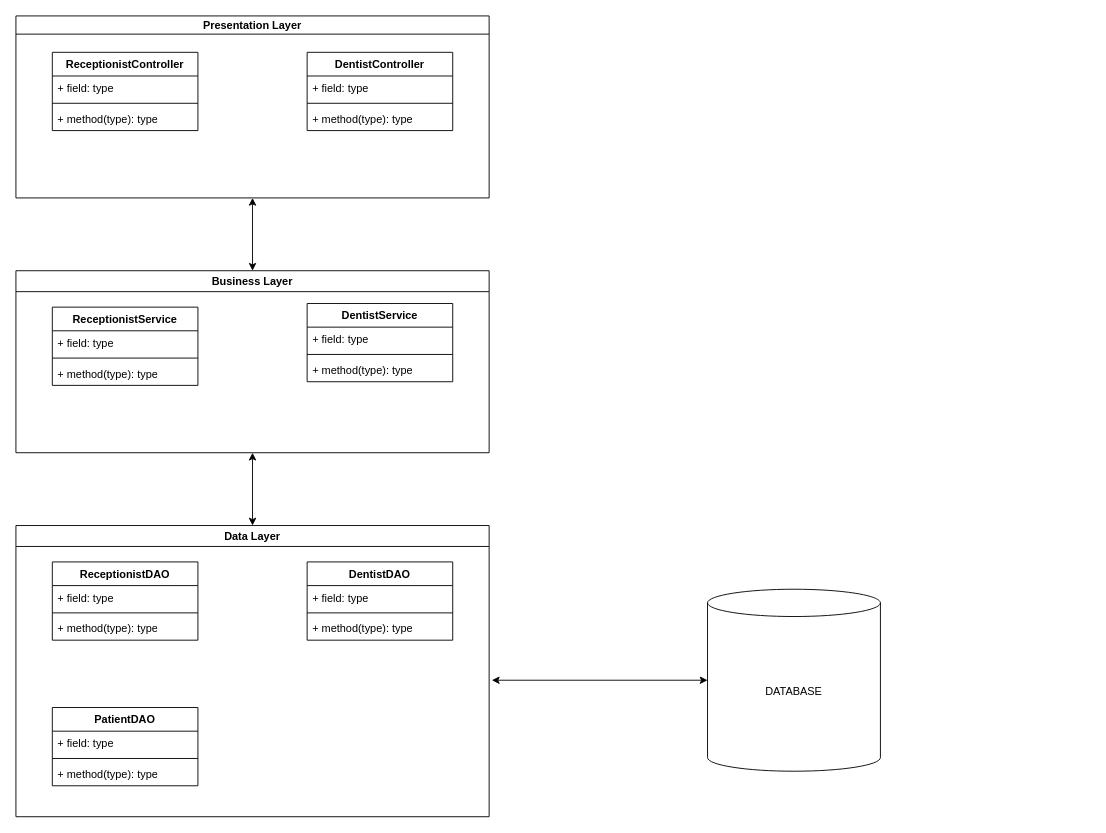
This is page "Cấu trúc 3 tầng" (2 of 27) of project.drawio from Quang-1310/Quang-ENG-KS24A, a draw.io file, before an edit. Source tidied: cells renumbered, new cells numbered last; positions are measured from the earlier drawing's top-left corner, leaving out a move shared by most shapes. Both pictures are drawn from the tidied source at 91%, with x=0, y=0 at pixel (15, 15).
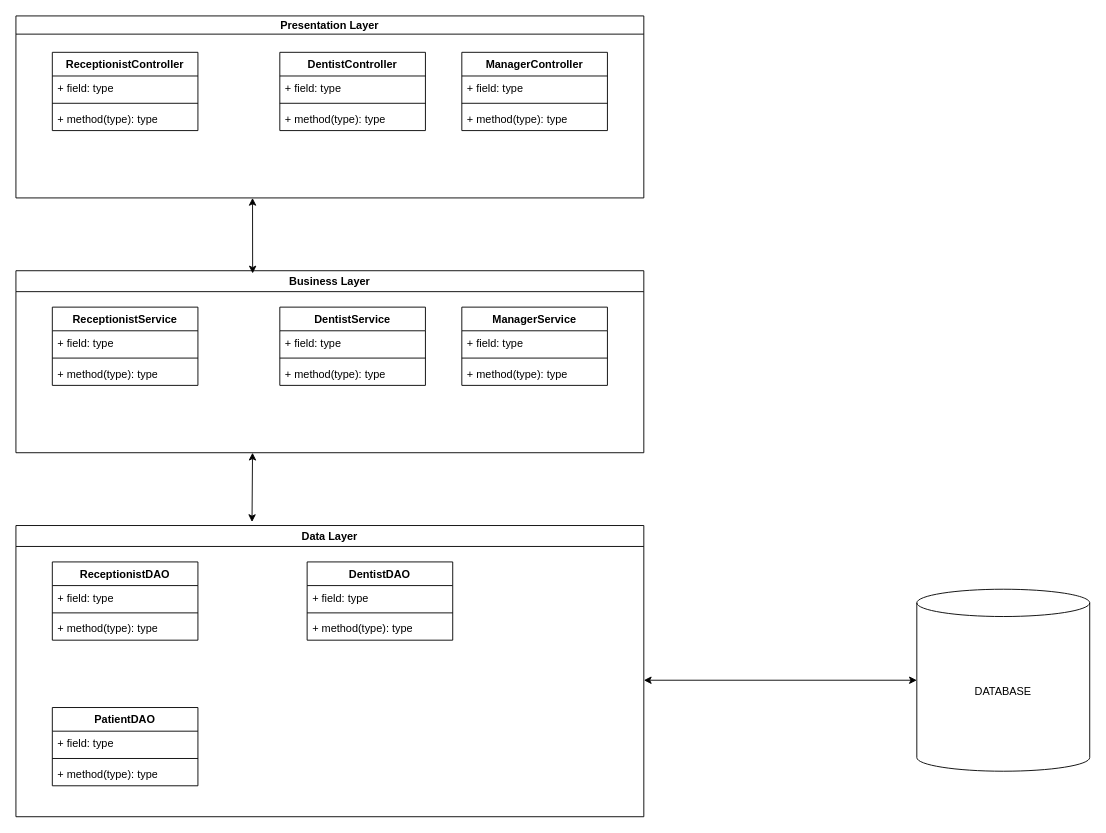
The same diagram, later.

What changed in the source:
```diff
@@
     <mxCell id="2" value="Presentation Layer" style="swimlane;startSize=20;" parent="1" vertex="1">
-      <mxGeometry width="520" height="200" as="geometry" />
+      <mxGeometry width="690" height="200" as="geometry" />
     </mxCell>
@@
     <mxCell id="7" value="DentistController" style="swimlane;fontStyle=1;align=center;verticalAlign=top;horizontal=1;startSize=26;whiteSpace=wrap;html=1;" parent="2" vertex="1">
-      <mxGeometry x="320" y="40" width="160" height="86" as="geometry" />
+      <mxGeometry x="290" y="40" width="160" height="86" as="geometry" />
     </mxCell>
@@
+    <mxCell id="37" value="ManagerController" style="swimlane;fontStyle=1;align=center;verticalAlign=top;horizontal=1;startSize=26;whiteSpace=wrap;html=1;" parent="2" vertex="1">
+      <mxGeometry x="490" y="40" width="160" height="86" as="geometry" />
+    </mxCell>
+    <mxCell id="38" value="+ field: type" style="text;strokeColor=none;fillColor=none;align=left;verticalAlign=top;spacingLeft=4;spacingRight=4;overflow=hidden;whiteSpace=wrap;html=1;" parent="37" vertex="1">
+      <mxGeometry y="26" width="160" height="26" as="geometry" />
+    </mxCell>
+    <mxCell id="39" style="line;strokeWidth=1;fillColor=none;align=left;verticalAlign=middle;spacingTop=-1;spacingLeft=3;spacingRight=3;labelPosition=right;strokeColor=inherit;" parent="37" vertex="1">
+      <mxGeometry y="52" width="160" height="8" as="geometry" />
+    </mxCell>
+    <mxCell id="40" value="+ method(type): type" style="text;strokeColor=none;fillColor=none;align=left;verticalAlign=top;spacingLeft=4;spacingRight=4;overflow=hidden;whiteSpace=wrap;html=1;" parent="37" vertex="1">
+      <mxGeometry y="60" width="160" height="26" as="geometry" />
+    </mxCell>
     <mxCell id="11" value="Business Layer" style="swimlane;" parent="1" vertex="1">
-      <mxGeometry y="280" width="520" height="200" as="geometry" />
+      <mxGeometry y="280" width="690" height="200" as="geometry" />
     </mxCell>
@@
     <mxCell id="16" value="DentistService" style="swimlane;fontStyle=1;align=center;verticalAlign=top;horizontal=1;startSize=26;whiteSpace=wrap;html=1;" parent="11" vertex="1">
-      <mxGeometry x="320" y="36" width="160" height="86" as="geometry" />
+      <mxGeometry x="290" y="40" width="160" height="86" as="geometry" />
     </mxCell>
@@
+    <mxCell id="41" value="ManagerService" style="swimlane;fontStyle=1;align=center;verticalAlign=top;horizontal=1;startSize=26;whiteSpace=wrap;html=1;" parent="11" vertex="1">
+      <mxGeometry x="490" y="40" width="160" height="86" as="geometry" />
+    </mxCell>
+    <mxCell id="42" value="+ field: type" style="text;strokeColor=none;fillColor=none;align=left;verticalAlign=top;spacingLeft=4;spacingRight=4;overflow=hidden;whiteSpace=wrap;html=1;" parent="41" vertex="1">
+      <mxGeometry y="26" width="160" height="26" as="geometry" />
+    </mxCell>
+    <mxCell id="43" style="line;strokeWidth=1;fillColor=none;align=left;verticalAlign=middle;spacingTop=-1;spacingLeft=3;spacingRight=3;labelPosition=right;strokeColor=inherit;" parent="41" vertex="1">
+      <mxGeometry y="52" width="160" height="8" as="geometry" />
+    </mxCell>
+    <mxCell id="44" value="+ method(type): type" style="text;strokeColor=none;fillColor=none;align=left;verticalAlign=top;spacingLeft=4;spacingRight=4;overflow=hidden;whiteSpace=wrap;html=1;" parent="41" vertex="1">
+      <mxGeometry y="60" width="160" height="26" as="geometry" />
+    </mxCell>
     <mxCell id="20" value="Data Layer" style="swimlane;" parent="1" vertex="1">
-      <mxGeometry y="560" width="520" height="320" as="geometry" />
+      <mxGeometry y="560" width="690" height="320" as="geometry" />
     </mxCell>
@@
     <mxCell id="33" value="DATABASE" style="shape=cylinder3;whiteSpace=wrap;html=1;boundedLbl=1;backgroundOutline=1;size=15;" parent="1" vertex="1">
-      <mxGeometry x="760" y="630" width="190" height="200" as="geometry" />
+      <mxGeometry x="990" y="630" width="190" height="200" as="geometry" />
     </mxCell>
-    <mxCell id="34" style="endArrow=classic;startArrow=classic;html=1;rounded=0;entryX=0.5;entryY=1;entryDx=0;entryDy=0;exitX=0.5;exitY=0;exitDx=0;exitDy=0;" parent="1" edge="1" source="11" target="2">
-      <mxGeometry relative="1" as="geometry" />
+    <mxCell id="34" style="endArrow=classic;startArrow=classic;html=1;rounded=0;exitX=0.377;exitY=0.015;exitDx=0;exitDy=0;exitPerimeter=0;" parent="1" edge="1" source="11">
+      <mxGeometry relative="1" as="geometry">
+        <mxPoint x="260" y="200" as="targetPoint" />
+      </mxGeometry>
     </mxCell>
-    <mxCell id="35" style="endArrow=classic;startArrow=classic;html=1;rounded=0;entryX=0.5;entryY=1;entryDx=0;entryDy=0;exitX=0.5;exitY=0;exitDx=0;exitDy=0;" parent="1" edge="1" source="20" target="11">
-      <mxGeometry relative="1" as="geometry" />
+    <mxCell id="35" style="endArrow=classic;startArrow=classic;html=1;rounded=0;exitX=0.376;exitY=-0.012;exitDx=0;exitDy=0;exitPerimeter=0;" parent="1" edge="1" source="20">
+      <mxGeometry relative="1" as="geometry">
+        <mxPoint x="260" y="480" as="targetPoint" />
+      </mxGeometry>
     </mxCell>
     <mxCell id="36" style="endArrow=classic;startArrow=classic;html=1;rounded=0;entryX=0;entryY=0.5;entryDx=0;entryDy=0;entryPerimeter=0;" parent="1" edge="1" target="33">
       <mxGeometry relative="1" as="geometry">
-        <mxPoint x="523" y="730" as="sourcePoint" />
+        <mxPoint x="690" y="730" as="sourcePoint" />
       </mxGeometry>
     </mxCell>
```
